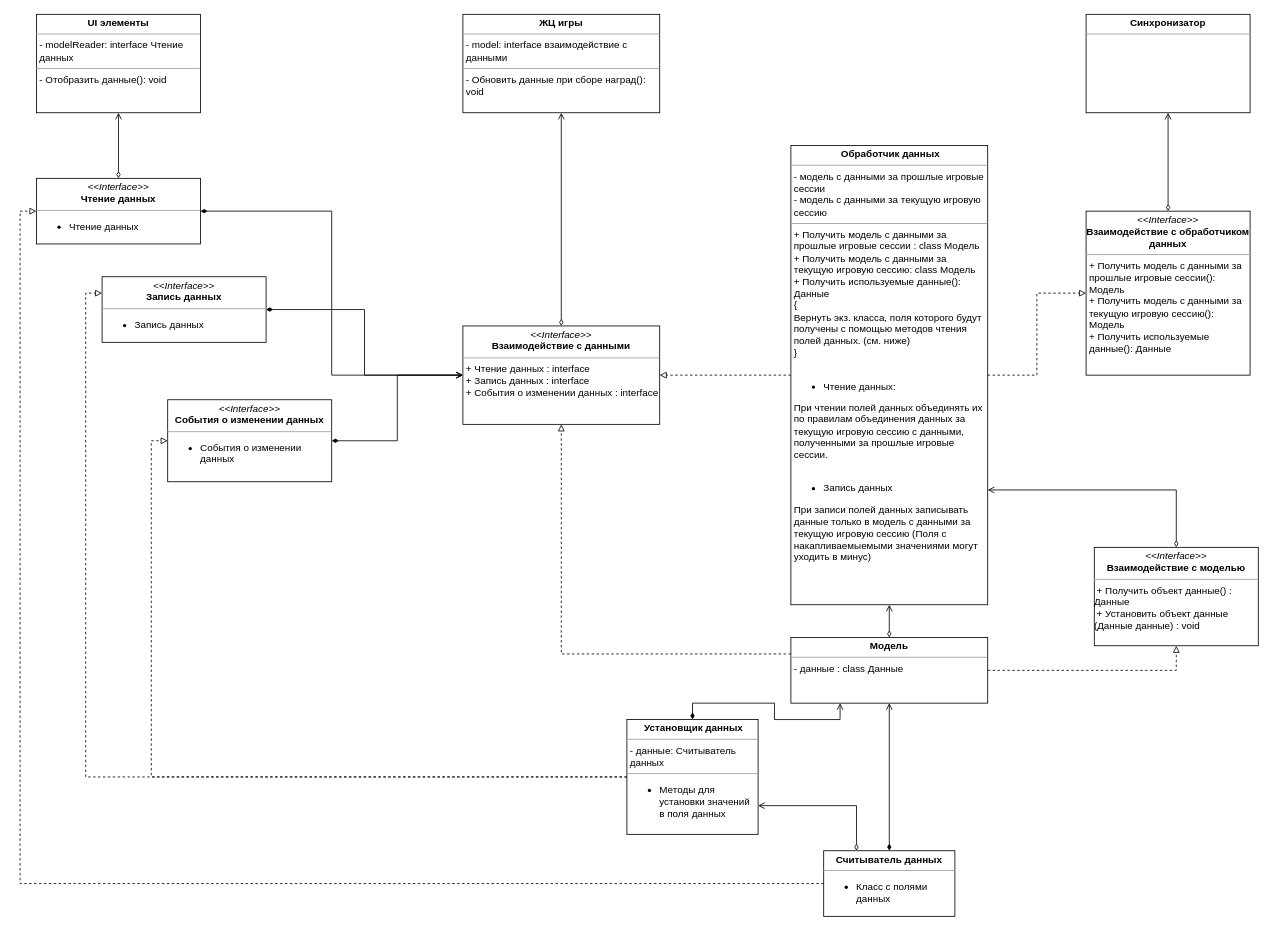
Before: Документация/Проектирование кода/Работа с данными/Модель с данными UML.drawio in PurposeTo/JumpingDreamer, a draw.io diagram. Source tidied: cells renumbered, new cells numbered last; positions are measured from the earlier drawing's top-left corner, leaving out a move shared by most shapes. Both pictures are drawn from the tidied source at 82%, with x=0, y=0 at pixel (36, 14).
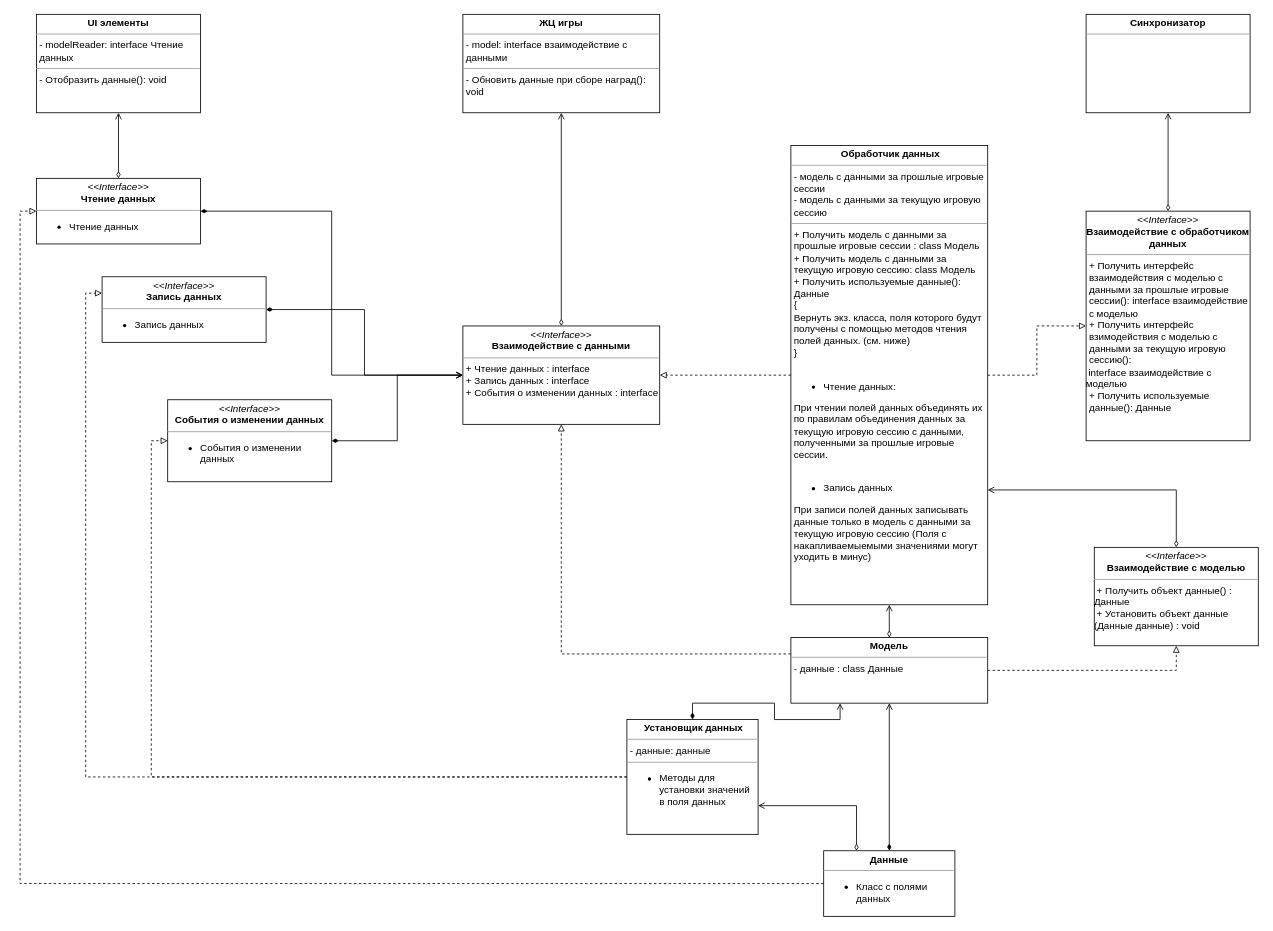
Above is the later version.

Commit message (it also covers changes not shown here):
Update Работа с данными

What changed in the source:
```diff
@@
-    <mxCell id="22" value="&lt;p style=&quot;margin: 0px ; margin-top: 4px ; text-align: center&quot;&gt;&lt;b&gt;Считыватель данных&lt;/b&gt;&lt;/p&gt;&lt;hr size=&quot;1&quot;&gt;&lt;p style=&quot;margin: 0px ; margin-left: 4px&quot;&gt;&lt;/p&gt;&lt;ul&gt;&lt;li&gt;Класс с полями данных&lt;/li&gt;&lt;/ul&gt;&lt;p&gt;&lt;/p&gt;" style="verticalAlign=top;align=left;overflow=fill;fontSize=12;fontFamily=Helvetica;html=1;whiteSpace=wrap;" parent="1" vertex="1">
+    <mxCell id="22" value="&lt;p style=&quot;margin: 0px ; margin-top: 4px ; text-align: center&quot;&gt;&lt;b&gt;Данные&lt;/b&gt;&lt;/p&gt;&lt;hr size=&quot;1&quot;&gt;&lt;p style=&quot;margin: 0px ; margin-left: 4px&quot;&gt;&lt;/p&gt;&lt;ul&gt;&lt;li&gt;Класс с полями данных&lt;/li&gt;&lt;/ul&gt;&lt;p&gt;&lt;/p&gt;" style="verticalAlign=top;align=left;overflow=fill;fontSize=12;fontFamily=Helvetica;html=1;whiteSpace=wrap;" parent="1" vertex="1">
       <mxGeometry x="960" y="1020" width="160" height="80" as="geometry" />
     </mxCell>
@@
-    <mxCell id="24" value="&lt;p style=&quot;margin: 0px ; margin-top: 4px ; text-align: center&quot;&gt;&lt;i&gt;&amp;lt;&amp;lt;Interface&amp;gt;&amp;gt;&lt;/i&gt;&lt;br&gt;&lt;b&gt;Взаимодействие с обработчиком данных&lt;/b&gt;&lt;/p&gt;&lt;hr size=&quot;1&quot;&gt;&lt;p style=&quot;margin: 0px 0px 0px 4px&quot;&gt;+ Получить модель с данными за прошлые игровые сессии(): Модель&lt;/p&gt;&lt;p style=&quot;margin: 0px 0px 0px 4px&quot;&gt;+ Получить модель с данными за текущую игровую сессию(): Модель&lt;/p&gt;&lt;p style=&quot;margin: 0px 0px 0px 4px&quot;&gt;+ Получить используемые данные(): Данные&lt;/p&gt;&lt;br&gt;&lt;p&gt;&lt;/p&gt;" style="verticalAlign=top;align=left;overflow=fill;fontSize=12;fontFamily=Helvetica;html=1;whiteSpace=wrap;" parent="1" vertex="1">
-      <mxGeometry x="1280" y="240" width="200" height="200" as="geometry" />
+    <mxCell id="24" value="&lt;p style=&quot;margin: 0px ; margin-top: 4px ; text-align: center&quot;&gt;&lt;i&gt;&amp;lt;&amp;lt;Interface&amp;gt;&amp;gt;&lt;/i&gt;&lt;br&gt;&lt;b&gt;Взаимодействие с обработчиком данных&lt;/b&gt;&lt;/p&gt;&lt;hr size=&quot;1&quot;&gt;&lt;p style=&quot;margin: 0px 0px 0px 4px&quot;&gt;+ Получить интерфейс взаимодействия с моделью с данными за прошлые игровые сессии(): interface взаимодействие с моделью&lt;/p&gt;&lt;p style=&quot;margin: 0px 0px 0px 4px&quot;&gt;+ Получить интерфейс взимодействия с моделью с данными за текущую игровую сессию():&amp;nbsp;&lt;/p&gt;&amp;nbsp;interface взаимодействие с моделью&lt;p style=&quot;margin: 0px 0px 0px 4px&quot;&gt;+ Получить используемые данные(): Данные&lt;/p&gt;&lt;br&gt;&lt;p&gt;&lt;/p&gt;" style="verticalAlign=top;align=left;overflow=fill;fontSize=12;fontFamily=Helvetica;html=1;whiteSpace=wrap;" parent="1" vertex="1">
+      <mxGeometry x="1280" y="240" width="200" height="280" as="geometry" />
     </mxCell>
@@
-    <mxCell id="30" value="&lt;p style=&quot;margin: 0px ; margin-top: 4px ; text-align: center&quot;&gt;&lt;/p&gt;&lt;p style=&quot;margin: 4px 0px 0px ; text-align: center&quot;&gt;&lt;b&gt;&amp;nbsp;&lt;/b&gt;&lt;b&gt;Установщик данных&lt;/b&gt;&lt;/p&gt;&lt;hr size=&quot;1&quot;&gt;&lt;p style=&quot;margin: 0px 0px 0px 4px&quot;&gt;- данные: Считыватель данных&lt;/p&gt;&lt;hr size=&quot;1&quot;&gt;&lt;p style=&quot;margin: 0px 0px 0px 4px&quot;&gt;&lt;/p&gt;&lt;ul&gt;&lt;li&gt;Методы для установки значений в поля данных&lt;/li&gt;&lt;/ul&gt;&lt;p&gt;&lt;/p&gt;&lt;p&gt;&lt;/p&gt;" style="verticalAlign=top;align=left;overflow=fill;fontSize=12;fontFamily=Helvetica;html=1;whiteSpace=wrap;" parent="1" vertex="1">
+    <mxCell id="30" value="&lt;p style=&quot;margin: 0px ; margin-top: 4px ; text-align: center&quot;&gt;&lt;/p&gt;&lt;p style=&quot;margin: 4px 0px 0px ; text-align: center&quot;&gt;&lt;b&gt;&amp;nbsp;&lt;/b&gt;&lt;b&gt;Установщик данных&lt;/b&gt;&lt;/p&gt;&lt;hr size=&quot;1&quot;&gt;&lt;p style=&quot;margin: 0px 0px 0px 4px&quot;&gt;- данные: данные&lt;/p&gt;&lt;hr size=&quot;1&quot;&gt;&lt;p style=&quot;margin: 0px 0px 0px 4px&quot;&gt;&lt;/p&gt;&lt;ul&gt;&lt;li&gt;Методы для установки значений в поля данных&lt;/li&gt;&lt;/ul&gt;&lt;p&gt;&lt;/p&gt;&lt;p&gt;&lt;/p&gt;" style="verticalAlign=top;align=left;overflow=fill;fontSize=12;fontFamily=Helvetica;html=1;whiteSpace=wrap;" parent="1" vertex="1">
       <mxGeometry x="720" y="860" width="160" height="140" as="geometry" />
     </mxCell>
```
